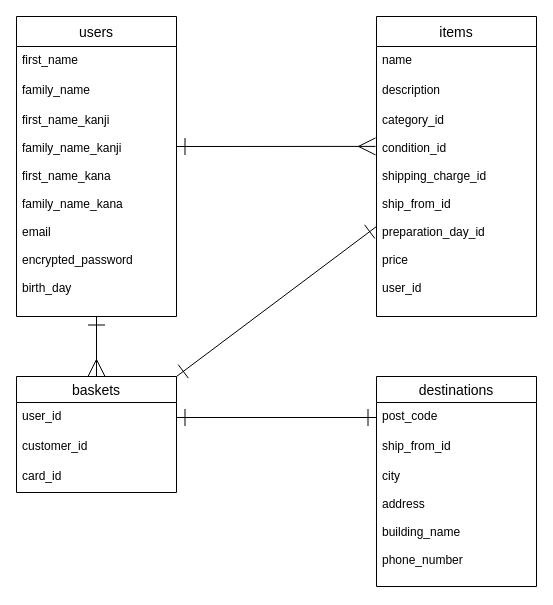
Earlier version of the draw.io diagram furima.dio (apricot0106/furima-38203). Source tidied: cells renumbered, new cells numbered last; positions are measured from the earlier drawing's top-left corner, leaving out a move shared by most shapes. Both pictures are drawn from the tidied source at 100%, with x=0, y=0 at pixel (16, 16).
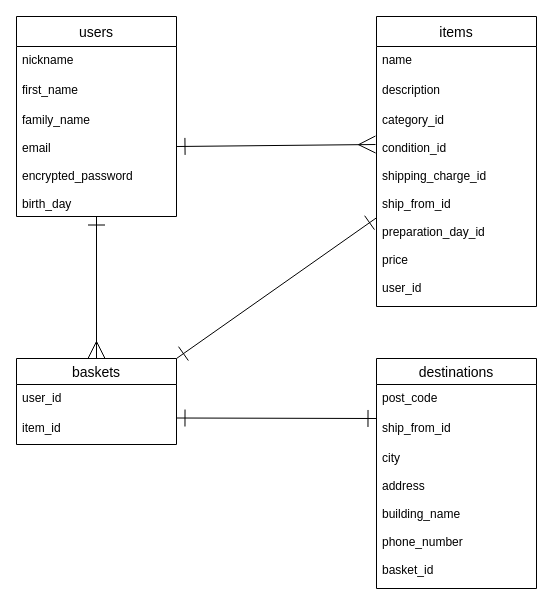
The same diagram, later.

Commit message (it also covers changes not shown here):
データベース設計4

Unchanged cells that the change refers to:
```xml
<mxCell id="14" value="post_code" style="text;strokeColor=none;fillColor=none;spacingLeft=4;spacingRight=4;overflow=hidden;points=[[0,0.5],[1,0.5]];portConstraint=eastwest;fontSize=12;" parent="13" vertex="1">
  <mxGeometry y="26" width="160" height="30" as="geometry" />
</mxCell>
```

Change to the diagram source:
```diff
@@
-    <mxCell id="3" style="edgeStyle=none;html=1;entryX=0.5;entryY=0;entryDx=0;entryDy=0;startArrow=ERone;startFill=0;endArrow=ERmany;endFill=0;startSize=15;endSize=15;" parent="1" edge="1" source="4">
-      <mxGeometry relative="1" as="geometry">
-        <mxPoint x="80" y="360" as="targetPoint" />
-      </mxGeometry>
+    <mxCell id="3" style="edgeStyle=none;html=1;startArrow=ERone;startFill=0;endArrow=ERmany;endFill=0;startSize=15;endSize=15;" parent="1" edge="1" source="4" target="18">
+      <mxGeometry relative="1" as="geometry" />
     </mxCell>
     <mxCell id="4" value="users" style="swimlane;fontStyle=0;horizontal=1;startSize=30;align=center;fontSize=14;strokeWidth=1;" parent="1" vertex="1">
-      <mxGeometry width="160" height="300" as="geometry" />
+      <mxGeometry width="160" height="200" as="geometry" />
     </mxCell>
-    <mxCell id="5" value="first_name" style="text;spacingLeft=4;spacingRight=4;overflow=hidden;fontSize=12;" parent="4" vertex="1">
+    <mxCell id="5" value="nickname" style="text;spacingLeft=4;spacingRight=4;overflow=hidden;fontSize=12;" parent="4" vertex="1">
       <mxGeometry y="30" width="160" height="30" as="geometry" />
     </mxCell>
-    <mxCell id="6" value="family_name" style="text;spacingLeft=4;spacingRight=4;overflow=hidden;fontSize=12;" parent="4" vertex="1">
+    <mxCell id="6" value="first_name" style="text;spacingLeft=4;spacingRight=4;overflow=hidden;fontSize=12;" parent="4" vertex="1">
       <mxGeometry y="60" width="160" height="30" as="geometry" />
     </mxCell>
-    <mxCell id="7" value="first_name_kanji&#10;&#10;family_name_kanji&#10;&#10;first_name_kana&#10;&#10;family_name_kana&#10;&#10;email&#10;&#10;encrypted_password&#10;&#10;birth_day" style="text;spacingLeft=4;spacingRight=4;overflow=hidden;fontSize=12;" parent="4" vertex="1">
-      <mxGeometry y="90" width="160" height="210" as="geometry" />
+    <mxCell id="7" value="family_name&#10;&#10;email&#10;&#10;encrypted_password&#10;&#10;birth_day" style="text;spacingLeft=4;spacingRight=4;overflow=hidden;fontSize=12;" parent="4" vertex="1">
+      <mxGeometry y="90" width="160" height="110" as="geometry" />
     </mxCell>
-    <mxCell id="8" style="edgeStyle=none;html=1;startArrow=ERone;startFill=0;endArrow=ERone;endFill=0;startSize=15;endSize=15;entryX=1;entryY=0;entryDx=0;entryDy=0;" parent="1" edge="1" source="9">
-      <mxGeometry relative="1" as="geometry">
-        <mxPoint x="160" y="360" as="targetPoint" />
-      </mxGeometry>
+    <mxCell id="8" style="edgeStyle=none;html=1;startArrow=ERone;startFill=0;endArrow=ERone;endFill=0;startSize=15;endSize=15;entryX=1;entryY=0;entryDx=0;entryDy=0;" parent="1" edge="1" source="9" target="18">
+      <mxGeometry relative="1" as="geometry" />
     </mxCell>
     <mxCell id="9" value="items" style="swimlane;fontStyle=0;horizontal=1;startSize=30;align=center;fontSize=14;" parent="1" vertex="1">
-      <mxGeometry x="360" width="160" height="300" as="geometry" />
+      <mxGeometry x="360" width="160" height="290" as="geometry" />
     </mxCell>
@@
     <mxCell id="12" value="category_id&#10;&#10;condition_id&#10;&#10;shipping_charge_id&#10;&#10;ship_from_id&#10;&#10;preparation_day_id&#10;&#10;price&#10;&#10;user_id" style="text;strokeColor=none;fillColor=none;spacingLeft=4;spacingRight=4;overflow=hidden;points=[[0,0.5],[1,0.5]];portConstraint=eastwest;fontSize=12;" parent="9" vertex="1">
-      <mxGeometry y="90" width="160" height="210" as="geometry" />
+      <mxGeometry y="90" width="160" height="200" as="geometry" />
     </mxCell>
     <mxCell id="13" value="destinations" style="swimlane;fontStyle=0;horizontal=1;startSize=26;align=center;fontSize=14;strokeColor=default;strokeWidth=1;" parent="1" vertex="1">
-      <mxGeometry x="360" y="360" width="160" height="210" as="geometry" />
+      <mxGeometry x="360" y="342" width="160" height="230" as="geometry" />
     </mxCell>
@@
-    <mxCell id="16" value="city&#10;&#10;address&#10;&#10;building_name&#10;&#10;phone_number" style="text;strokeColor=none;fillColor=none;spacingLeft=4;spacingRight=4;overflow=hidden;fontSize=12;" parent="13" vertex="1">
-      <mxGeometry y="86" width="160" height="124" as="geometry" />
+    <mxCell id="16" value="city&#10;&#10;address&#10;&#10;building_name&#10;&#10;phone_number&#10;&#10;basket_id" style="text;strokeColor=none;fillColor=none;spacingLeft=4;spacingRight=4;overflow=hidden;fontSize=12;" parent="13" vertex="1">
+      <mxGeometry y="86" width="160" height="144" as="geometry" />
     </mxCell>
-    <mxCell id="17" style="edgeStyle=none;html=1;entryX=0;entryY=0.5;entryDx=0;entryDy=0;startArrow=ERone;startFill=0;endArrow=ERone;endFill=0;startSize=15;endSize=15;exitX=1;exitY=0.5;exitDx=0;exitDy=0;" parent="1" edge="1" target="14">
+    <mxCell id="17" style="edgeStyle=none;html=1;startArrow=ERone;startFill=0;endArrow=ERone;endFill=0;startSize=15;endSize=15;exitX=1;exitY=0.117;exitDx=0;exitDy=0;exitPerimeter=0;" parent="1" edge="1" source="20">
       <mxGeometry relative="1" as="geometry">
-        <mxPoint x="160" y="401" as="sourcePoint" />
+        <mxPoint x="360" y="402" as="targetPoint" />
       </mxGeometry>
     </mxCell>
     <mxCell id="18" value="baskets" style="swimlane;fontStyle=0;horizontal=1;startSize=26;align=center;fontSize=14;" parent="1" vertex="1">
-      <mxGeometry y="360" width="160" height="116" as="geometry" />
+      <mxGeometry y="342" width="160" height="86" as="geometry" />
     </mxCell>
@@
-    <mxCell id="20" value="customer_id" style="text;strokeColor=none;fillColor=none;spacingLeft=4;spacingRight=4;overflow=hidden;points=[[0,0.5],[1,0.5]];portConstraint=eastwest;fontSize=12;" parent="18" vertex="1">
+    <mxCell id="20" value="item_id" style="text;strokeColor=none;fillColor=none;spacingLeft=4;spacingRight=4;overflow=hidden;points=[[0,0.5],[1,0.5]];portConstraint=eastwest;fontSize=12;" parent="18" vertex="1">
       <mxGeometry y="56" width="160" height="30" as="geometry" />
     </mxCell>
-    <mxCell id="21" value="card_id" style="text;strokeColor=none;fillColor=none;spacingLeft=4;spacingRight=4;overflow=hidden;fontSize=12;" parent="18" vertex="1">
-      <mxGeometry y="86" width="160" height="30" as="geometry" />
-    </mxCell>
```
